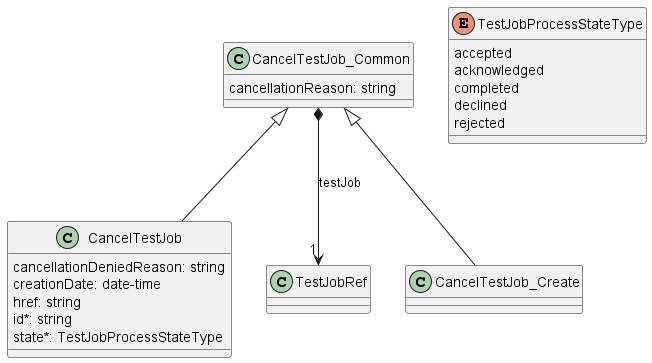
The PlantUML diagram documentation/serviceApi/sft/serviceTest/media/cancelTestJobModel.png in MEF-GIT/MEF-LSO-Legato-SDK, before a commit.
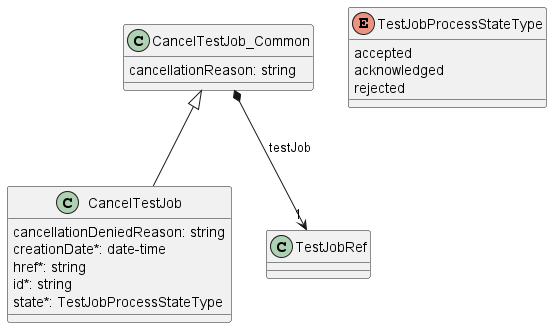
The same diagram one commit later.

Diff of the diagram source:
```diff
@@ -3,8 +3,8 @@
 class CancelTestJob {
 
     cancellationDeniedReason: string
-    creationDate: date-time
-    href: string
+    creationDate*: date-time
+    href*: string
     id*: string
     state*: TestJobProcessStateType
 }
@@ -20,17 +20,10 @@
 CancelTestJob_Common *-->"1" TestJobRef : testJob
 
 
-class CancelTestJob_Create {
-
-}
-CancelTestJob_Common <|-- CancelTestJob_Create
-
 enum TestJobProcessStateType {
 
     accepted
     acknowledged
-    completed
-    declined
     rejected
 }
 
```
